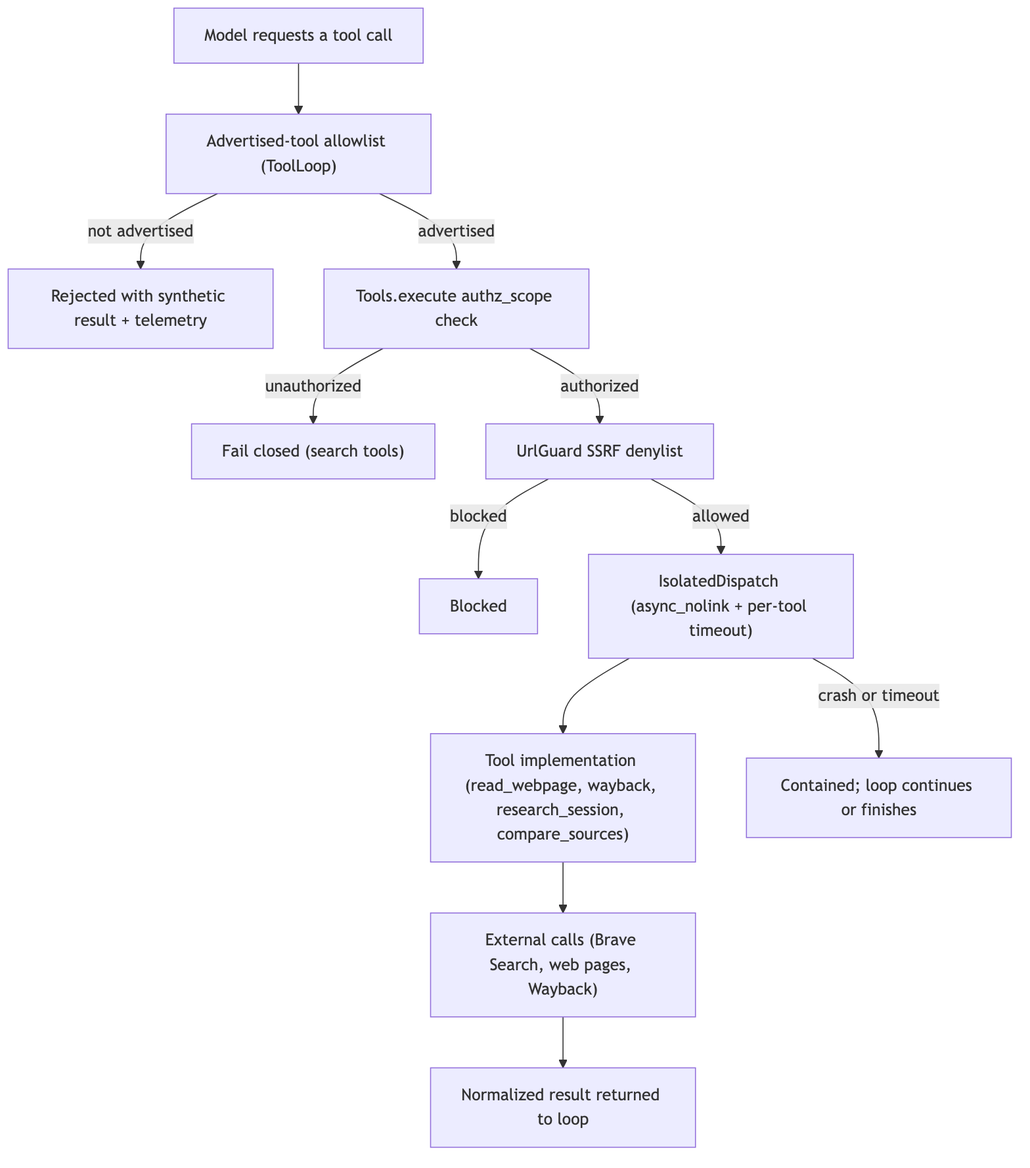
Earlier version of the Mermaid export flip-technical-overview/diagrams/governed-tool-execution.png (wahargis/portfolio). Its source is kept beside it as flip-technical-overview/diagrams/governed-tool-execution.mmd. Source of this version:
```mermaid
flowchart TD
    CALL["Model requests a tool call"] --> AD["Advertised-tool allowlist (ToolLoop)"]
    AD -->|not advertised| REJECT["Rejected with synthetic result + telemetry"]
    AD -->|advertised| SCOPE["Tools.execute authz_scope check"]
    SCOPE -->|unauthorized| FAILCLOSED["Fail closed (search tools)"]
    SCOPE -->|authorized| URL["UrlGuard SSRF denylist"]
    URL -->|blocked| BLOCK["Blocked"]
    URL -->|allowed| ISO["IsolatedDispatch (async_nolink + per-tool timeout)"]
    ISO --> EXEC["Tool implementation (read_webpage, wayback, research_session, compare_sources)"]
    EXEC --> EXT["External calls (Brave Search, web pages, Wayback)"]
    EXT --> RESULT["Normalized result returned to loop"]
    ISO -->|crash or timeout| CONTAINED["Contained; loop continues or finishes"]
```
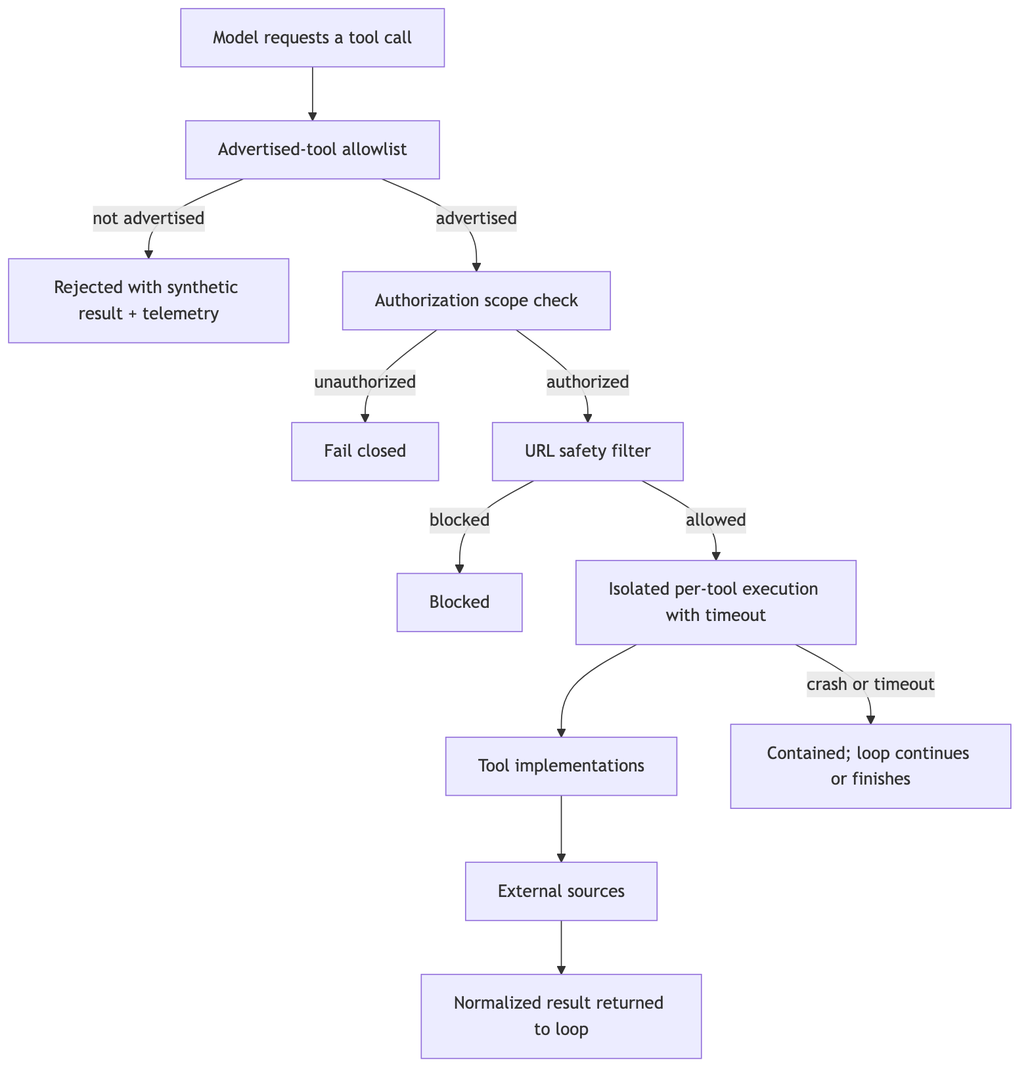
Above is the later version.

Change to the diagram source:
```diff
@@ -1,12 +1,12 @@
 flowchart TD
-    CALL["Model requests a tool call"] --> AD["Advertised-tool allowlist (ToolLoop)"]
+    CALL["Model requests a tool call"] --> AD["Advertised-tool allowlist"]
     AD -->|not advertised| REJECT["Rejected with synthetic result + telemetry"]
-    AD -->|advertised| SCOPE["Tools.execute authz_scope check"]
-    SCOPE -->|unauthorized| FAILCLOSED["Fail closed (search tools)"]
-    SCOPE -->|authorized| URL["UrlGuard SSRF denylist"]
+    AD -->|advertised| SCOPE["Authorization scope check"]
+    SCOPE -->|unauthorized| FAILCLOSED["Fail closed"]
+    SCOPE -->|authorized| URL["URL safety filter"]
     URL -->|blocked| BLOCK["Blocked"]
-    URL -->|allowed| ISO["IsolatedDispatch (async_nolink + per-tool timeout)"]
-    ISO --> EXEC["Tool implementation (read_webpage, wayback, research_session, compare_sources)"]
-    EXEC --> EXT["External calls (Brave Search, web pages, Wayback)"]
+    URL -->|allowed| ISO["Isolated per-tool execution with timeout"]
+    ISO --> EXEC["Tool implementations"]
+    EXEC --> EXT["External sources"]
     EXT --> RESULT["Normalized result returned to loop"]
     ISO -->|crash or timeout| CONTAINED["Contained; loop continues or finishes"]
```
